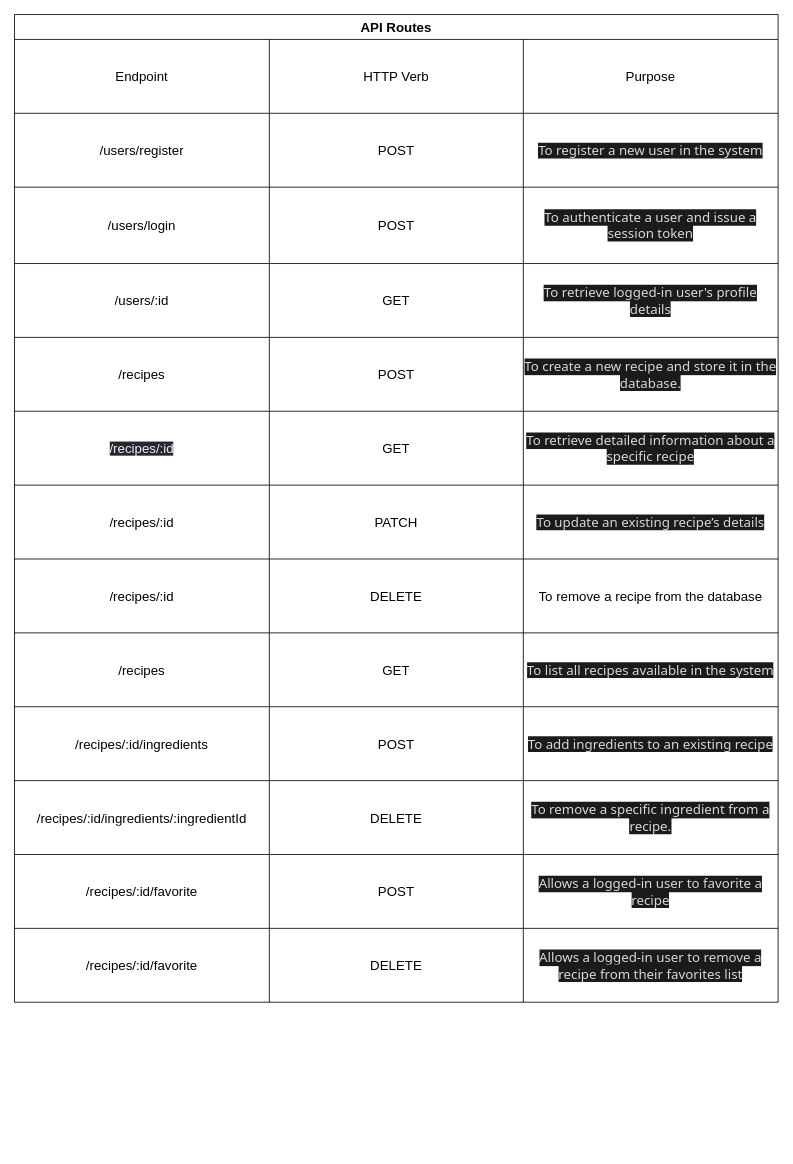
Above: planning/api_routes.drawio in christopherthai/chefmate-ai (draw.io), before the change. Source tidied: cells renumbered, new cells numbered last; positions are measured from the earlier drawing's top-left corner, leaving out a move shared by most shapes. Both pictures are drawn from the tidied source at 83%, with x=0, y=0 at pixel (14, 14).
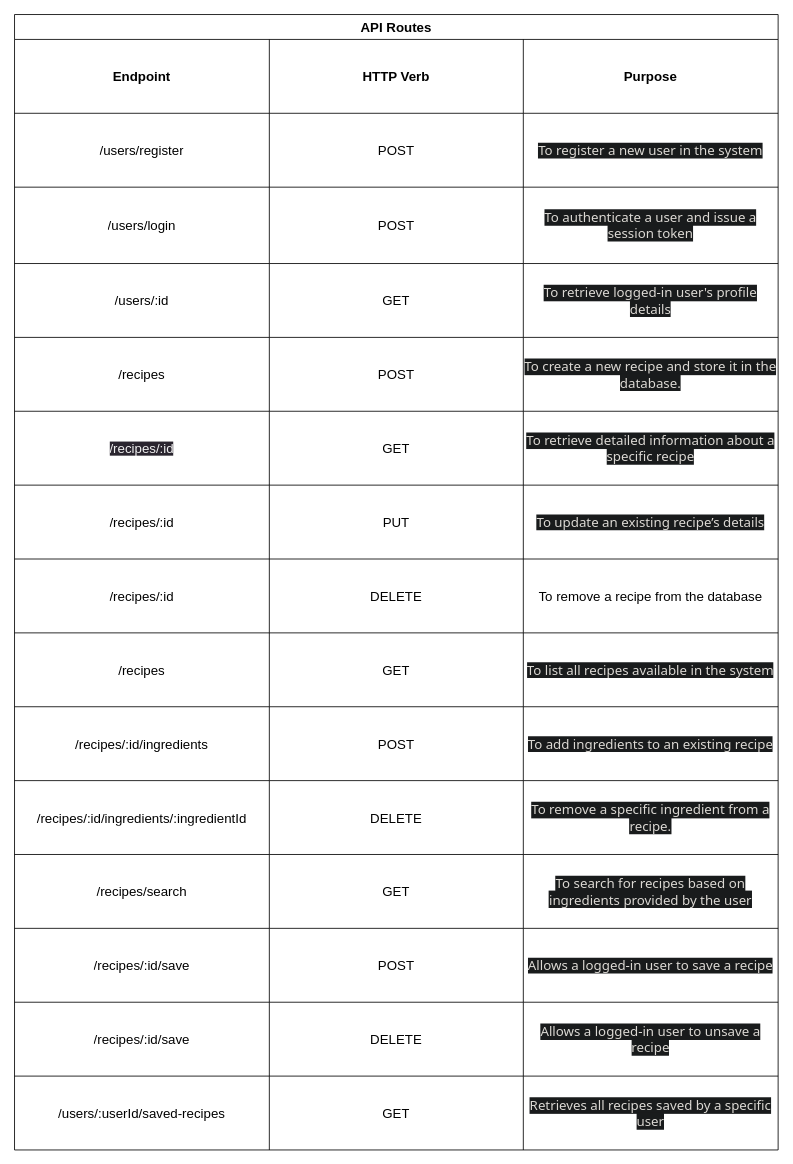
Above is the later version.

Unchanged cells that the change refers to:
```xml
<mxCell id="3" style="shape=tableRow;horizontal=0;startSize=0;swimlaneHead=0;swimlaneBody=0;top=0;left=0;bottom=0;right=0;fillColor=none;" parent="2" vertex="1">
  <mxGeometry y="30" width="920" height="89" as="geometry" />
</mxCell>
<mxCell id="27" style="shape=tableRow;horizontal=0;startSize=0;swimlaneHead=0;swimlaneBody=0;top=0;left=0;bottom=0;right=0;fillColor=none;" parent="2" vertex="1">
  <mxGeometry y="567" width="920" height="89" as="geometry" />
</mxCell>
<mxCell id="47" style="shape=tableRow;horizontal=0;startSize=0;swimlaneHead=0;swimlaneBody=0;top=0;left=0;bottom=0;right=0;fillColor=none;" parent="2" vertex="1">
  <mxGeometry y="1012" width="920" height="89" as="geometry" />
</mxCell>
```

Change to the diagram source:
```diff
@@
     <mxCell id="2" value="API Routes" style="shape=table;startSize=30;childLayout=tableLayout;fontStyle=1;align=center;fontSize=16;" parent="1" vertex="1">
-      <mxGeometry width="920" height="1190" as="geometry" />
+      <mxGeometry width="920" height="1368" as="geometry" />
     </mxCell>
@@
-    <mxCell id="4" value="&lt;font style=&quot;font-size: 16px;&quot;&gt;Endpoint&lt;/font&gt;" style="shape=partialRectangle;html=1;whiteSpace=wrap;fillColor=none;top=0;left=0;bottom=0;right=0;overflow=hidden;" parent="3" vertex="1">
+    <mxCell id="4" value="&lt;font style=&quot;font-size: 16px;&quot;&gt;&lt;b&gt;Endpoint&lt;/b&gt;&lt;/font&gt;" style="shape=partialRectangle;html=1;whiteSpace=wrap;fillColor=none;top=0;left=0;bottom=0;right=0;overflow=hidden;" parent="3" vertex="1">
       <mxGeometry width="307" height="89" as="geometry" />
     </mxCell>
-    <mxCell id="5" value="&lt;font style=&quot;font-size: 16px;&quot;&gt;HTTP Verb&lt;/font&gt;" style="shape=partialRectangle;html=1;whiteSpace=wrap;fillColor=none;top=0;left=0;bottom=0;right=0;overflow=hidden;" parent="3" vertex="1">
+    <mxCell id="5" value="&lt;font style=&quot;font-size: 16px;&quot;&gt;&lt;b&gt;HTTP Verb&lt;/b&gt;&lt;/font&gt;" style="shape=partialRectangle;html=1;whiteSpace=wrap;fillColor=none;top=0;left=0;bottom=0;right=0;overflow=hidden;" parent="3" vertex="1">
       <mxGeometry x="307" width="306" height="89" as="geometry" />
     </mxCell>
-    <mxCell id="6" value="&lt;font style=&quot;font-size: 16px;&quot;&gt;Purpose&lt;/font&gt;" style="shape=partialRectangle;html=1;whiteSpace=wrap;fillColor=none;top=0;left=0;bottom=0;right=0;overflow=hidden;" parent="3" vertex="1">
+    <mxCell id="6" value="&lt;font style=&quot;font-size: 16px;&quot;&gt;&lt;b&gt;Purpose&lt;/b&gt;&lt;/font&gt;" style="shape=partialRectangle;html=1;whiteSpace=wrap;fillColor=none;top=0;left=0;bottom=0;right=0;overflow=hidden;" parent="3" vertex="1">
       <mxGeometry x="613" width="307" height="89" as="geometry" />
     </mxCell>
@@
-    <mxCell id="29" value="&lt;font style=&quot;font-size: 16px;&quot;&gt;PATCH&lt;/font&gt;" style="shape=partialRectangle;html=1;whiteSpace=wrap;fillColor=none;top=0;left=0;bottom=0;right=0;overflow=hidden;" parent="27" vertex="1">
+    <mxCell id="29" value="&lt;font style=&quot;font-size: 16px;&quot;&gt;PUT&lt;/font&gt;" style="shape=partialRectangle;html=1;whiteSpace=wrap;fillColor=none;top=0;left=0;bottom=0;right=0;overflow=hidden;" parent="27" vertex="1">
       <mxGeometry x="307" width="306" height="89" as="geometry" />
     </mxCell>
@@
-    <mxCell id="48" value="&lt;span style=&quot;font-size: 16px;&quot;&gt;/recipes/:id/favorite&lt;/span&gt;" style="shape=partialRectangle;html=1;whiteSpace=wrap;fillColor=none;top=0;left=0;bottom=0;right=0;overflow=hidden;" parent="47" vertex="1">
-      <mxGeometry width="307" height="89" as="geometry" />
-    </mxCell>
+    <mxCell id="55" value="&lt;span style=&quot;font-size: 16px;&quot;&gt;/recipes/search&lt;/span&gt;" style="shape=partialRectangle;html=1;whiteSpace=wrap;fillColor=none;top=0;left=0;bottom=0;right=0;overflow=hidden;" parent="47" vertex="1">
+      <mxGeometry width="307" height="89" as="geometry" />
+    </mxCell>
+    <mxCell id="56" value="&lt;font style=&quot;font-size: 16px;&quot;&gt;GET&lt;/font&gt;" style="shape=partialRectangle;html=1;whiteSpace=wrap;fillColor=none;top=0;left=0;bottom=0;right=0;overflow=hidden;" parent="47" vertex="1">
+      <mxGeometry x="307" width="306" height="89" as="geometry" />
+    </mxCell>
+    <mxCell id="57" value="&lt;span style=&quot;color: rgb(220, 217, 212); font-family: Söhne, ui-sans-serif, system-ui, -apple-system, &amp;quot;Segoe UI&amp;quot;, Roboto, Ubuntu, Cantarell, &amp;quot;Noto Sans&amp;quot;, sans-serif, &amp;quot;Helvetica Neue&amp;quot;, Arial, &amp;quot;Apple Color Emoji&amp;quot;, &amp;quot;Segoe UI Emoji&amp;quot;, &amp;quot;Segoe UI Symbol&amp;quot;, &amp;quot;Noto Color Emoji&amp;quot;; font-size: 16px; text-align: left; background-color: rgb(25, 27, 28);&quot;&gt;To search for recipes based on ingredients provided by the user&lt;/span&gt;" style="shape=partialRectangle;html=1;whiteSpace=wrap;fillColor=none;top=0;left=0;bottom=0;right=0;overflow=hidden;" parent="47" vertex="1">
+      <mxGeometry x="613" width="307" height="89" as="geometry" />
+    </mxCell>
+    <mxCell id="51" style="shape=tableRow;horizontal=0;startSize=0;swimlaneHead=0;swimlaneBody=0;top=0;left=0;bottom=0;right=0;fillColor=none;" parent="2" vertex="1">
+      <mxGeometry y="1101" width="920" height="89" as="geometry" />
+    </mxCell>
+    <mxCell id="58" value="&lt;span style=&quot;font-size: 16px;&quot;&gt;/recipes/:id/save&lt;/span&gt;" style="shape=partialRectangle;html=1;whiteSpace=wrap;fillColor=none;top=0;left=0;bottom=0;right=0;overflow=hidden;" parent="51" vertex="1">
+      <mxGeometry width="307" height="89" as="geometry" />
+    </mxCell>
-    <mxCell id="49" value="&lt;font style=&quot;font-size: 16px;&quot;&gt;POST&lt;/font&gt;" style="shape=partialRectangle;html=1;whiteSpace=wrap;fillColor=none;top=0;left=0;bottom=0;right=0;overflow=hidden;" parent="47" vertex="1">
+    <mxCell id="49" value="&lt;font style=&quot;font-size: 16px;&quot;&gt;POST&lt;/font&gt;" style="shape=partialRectangle;html=1;whiteSpace=wrap;fillColor=none;top=0;left=0;bottom=0;right=0;overflow=hidden;" parent="51" vertex="1">
       <mxGeometry x="307" width="306" height="89" as="geometry" />
     </mxCell>
-    <mxCell id="50" value="&lt;span style=&quot;color: rgb(220, 217, 212); font-family: Söhne, ui-sans-serif, system-ui, -apple-system, &amp;quot;Segoe UI&amp;quot;, Roboto, Ubuntu, Cantarell, &amp;quot;Noto Sans&amp;quot;, sans-serif, &amp;quot;Helvetica Neue&amp;quot;, Arial, &amp;quot;Apple Color Emoji&amp;quot;, &amp;quot;Segoe UI Emoji&amp;quot;, &amp;quot;Segoe UI Symbol&amp;quot;, &amp;quot;Noto Color Emoji&amp;quot;; font-size: 16px; text-align: left; background-color: rgb(25, 27, 28);&quot;&gt;Allows a logged-in user to favorite a recipe&lt;/span&gt;" style="shape=partialRectangle;html=1;whiteSpace=wrap;fillColor=none;top=0;left=0;bottom=0;right=0;overflow=hidden;" parent="47" vertex="1">
-      <mxGeometry x="613" width="307" height="89" as="geometry" />
-    </mxCell>
-    <mxCell id="51" style="shape=tableRow;horizontal=0;startSize=0;swimlaneHead=0;swimlaneBody=0;top=0;left=0;bottom=0;right=0;fillColor=none;" parent="2" vertex="1">
-      <mxGeometry y="1101" width="920" height="89" as="geometry" />
-    </mxCell>
-    <mxCell id="52" value="&lt;span style=&quot;font-size: 16px;&quot;&gt;/recipes/:id/favorite&lt;/span&gt;" style="shape=partialRectangle;html=1;whiteSpace=wrap;fillColor=none;top=0;left=0;bottom=0;right=0;overflow=hidden;" parent="51" vertex="1">
-      <mxGeometry width="307" height="89" as="geometry" />
-    </mxCell>
+    <mxCell id="59" value="&lt;span style=&quot;color: rgb(220, 217, 212); font-family: Söhne, ui-sans-serif, system-ui, -apple-system, &amp;quot;Segoe UI&amp;quot;, Roboto, Ubuntu, Cantarell, &amp;quot;Noto Sans&amp;quot;, sans-serif, &amp;quot;Helvetica Neue&amp;quot;, Arial, &amp;quot;Apple Color Emoji&amp;quot;, &amp;quot;Segoe UI Emoji&amp;quot;, &amp;quot;Segoe UI Symbol&amp;quot;, &amp;quot;Noto Color Emoji&amp;quot;; font-size: 16px; text-align: left; background-color: rgb(25, 27, 28);&quot;&gt;Allows a logged-in user to save a recipe&lt;/span&gt;" style="shape=partialRectangle;html=1;whiteSpace=wrap;fillColor=none;top=0;left=0;bottom=0;right=0;overflow=hidden;" parent="51" vertex="1">
+      <mxGeometry x="613" width="307" height="89" as="geometry" />
+    </mxCell>
+    <mxCell id="60" style="shape=tableRow;horizontal=0;startSize=0;swimlaneHead=0;swimlaneBody=0;top=0;left=0;bottom=0;right=0;fillColor=none;" parent="2" vertex="1">
+      <mxGeometry y="1190" width="920" height="89" as="geometry" />
+    </mxCell>
+    <mxCell id="61" value="&lt;span style=&quot;font-size: 16px;&quot;&gt;/recipes/:id/save&lt;/span&gt;" style="shape=partialRectangle;html=1;whiteSpace=wrap;fillColor=none;top=0;left=0;bottom=0;right=0;overflow=hidden;" parent="60" vertex="1">
+      <mxGeometry width="307" height="89" as="geometry" />
+    </mxCell>
-    <mxCell id="53" value="&lt;font style=&quot;font-size: 16px;&quot;&gt;DELETE&lt;/font&gt;" style="shape=partialRectangle;html=1;whiteSpace=wrap;fillColor=none;top=0;left=0;bottom=0;right=0;overflow=hidden;" parent="51" vertex="1">
+    <mxCell id="53" value="&lt;span style=&quot;font-size: 16px;&quot;&gt;DELETE&lt;/span&gt;" style="shape=partialRectangle;html=1;whiteSpace=wrap;fillColor=none;top=0;left=0;bottom=0;right=0;overflow=hidden;" parent="60" vertex="1">
       <mxGeometry x="307" width="306" height="89" as="geometry" />
     </mxCell>
-    <mxCell id="54" value="&lt;span style=&quot;color: rgb(220, 217, 212); font-family: Söhne, ui-sans-serif, system-ui, -apple-system, &amp;quot;Segoe UI&amp;quot;, Roboto, Ubuntu, Cantarell, &amp;quot;Noto Sans&amp;quot;, sans-serif, &amp;quot;Helvetica Neue&amp;quot;, Arial, &amp;quot;Apple Color Emoji&amp;quot;, &amp;quot;Segoe UI Emoji&amp;quot;, &amp;quot;Segoe UI Symbol&amp;quot;, &amp;quot;Noto Color Emoji&amp;quot;; font-size: 16px; text-align: left; background-color: rgb(25, 27, 28);&quot;&gt;Allows a logged-in user to remove a recipe from their favorites list&lt;/span&gt;" style="shape=partialRectangle;html=1;whiteSpace=wrap;fillColor=none;top=0;left=0;bottom=0;right=0;overflow=hidden;" parent="51" vertex="1">
-      <mxGeometry x="613" width="307" height="89" as="geometry" />
-    </mxCell>
+    <mxCell id="62" value="&lt;span style=&quot;color: rgb(220, 217, 212); font-family: Söhne, ui-sans-serif, system-ui, -apple-system, &amp;quot;Segoe UI&amp;quot;, Roboto, Ubuntu, Cantarell, &amp;quot;Noto Sans&amp;quot;, sans-serif, &amp;quot;Helvetica Neue&amp;quot;, Arial, &amp;quot;Apple Color Emoji&amp;quot;, &amp;quot;Segoe UI Emoji&amp;quot;, &amp;quot;Segoe UI Symbol&amp;quot;, &amp;quot;Noto Color Emoji&amp;quot;; font-size: 16px; background-color: rgb(25, 27, 28);&quot;&gt;Allows a logged-in user to unsave a recipe&lt;/span&gt;" style="shape=partialRectangle;html=1;whiteSpace=wrap;fillColor=none;top=0;left=0;bottom=0;right=0;overflow=hidden;align=center;" parent="60" vertex="1">
+      <mxGeometry x="613" width="307" height="89" as="geometry" />
+    </mxCell>
+    <mxCell id="63" style="shape=tableRow;horizontal=0;startSize=0;swimlaneHead=0;swimlaneBody=0;top=0;left=0;bottom=0;right=0;fillColor=none;" parent="2" vertex="1">
+      <mxGeometry y="1279" width="920" height="89" as="geometry" />
+    </mxCell>
+    <mxCell id="64" value="&lt;span style=&quot;font-size: 16px;&quot;&gt;/users/:userId/saved-recipes&lt;/span&gt;" style="shape=partialRectangle;html=1;whiteSpace=wrap;fillColor=none;top=0;left=0;bottom=0;right=0;overflow=hidden;" parent="63" vertex="1">
+      <mxGeometry width="307" height="89" as="geometry" />
+    </mxCell>
+    <mxCell id="65" value="&lt;span style=&quot;font-size: 16px;&quot;&gt;GET&lt;/span&gt;" style="shape=partialRectangle;html=1;whiteSpace=wrap;fillColor=none;top=0;left=0;bottom=0;right=0;overflow=hidden;" parent="63" vertex="1">
+      <mxGeometry x="307" width="306" height="89" as="geometry" />
+    </mxCell>
+    <mxCell id="66" value="&lt;span style=&quot;color: rgb(220, 217, 212); font-family: Söhne, ui-sans-serif, system-ui, -apple-system, &amp;quot;Segoe UI&amp;quot;, Roboto, Ubuntu, Cantarell, &amp;quot;Noto Sans&amp;quot;, sans-serif, &amp;quot;Helvetica Neue&amp;quot;, Arial, &amp;quot;Apple Color Emoji&amp;quot;, &amp;quot;Segoe UI Emoji&amp;quot;, &amp;quot;Segoe UI Symbol&amp;quot;, &amp;quot;Noto Color Emoji&amp;quot;; font-size: 16px; text-align: left; background-color: rgb(25, 27, 28);&quot;&gt;Retrieves all recipes saved by a specific user&lt;/span&gt;" style="shape=partialRectangle;html=1;whiteSpace=wrap;fillColor=none;top=0;left=0;bottom=0;right=0;overflow=hidden;align=center;" parent="63" vertex="1">
+      <mxGeometry x="613" width="307" height="89" as="geometry" />
+    </mxCell>
```
